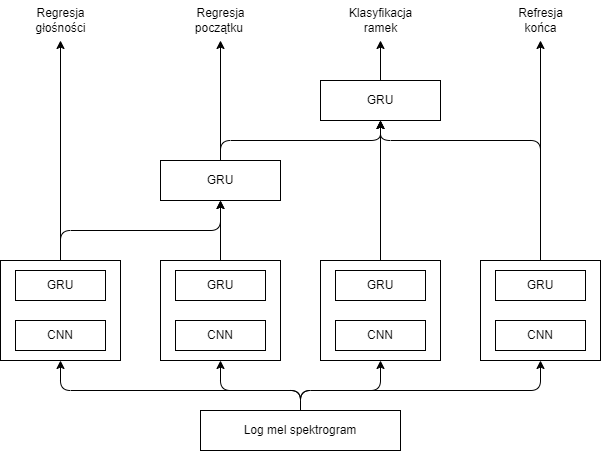
mj300405/TuneScript keeps this draw.io diagram as thesis/diagrams/ai_architecture.png. Above is the earlier version. Source tidied: cells renumbered, new cells last; positions are measured from the earlier drawing's top-left corner, leaving out a move shared by most shapes. Source of this version:
```xml
<mxGraphModel>
  <root>
    <mxCell id="0" />
    <mxCell id="1" parent="0" />
    <mxCell id="2" style="rounded=0;whiteSpace=wrap;html=1;" parent="1" vertex="1">
      <mxGeometry y="260" width="120" height="100" as="geometry" />
    </mxCell>
    <mxCell id="3" value="GRU" style="rounded=0;whiteSpace=wrap;html=1;" parent="1" vertex="1">
      <mxGeometry x="15" y="270" width="90" height="30" as="geometry" />
    </mxCell>
    <mxCell id="4" value="CNN" style="rounded=0;whiteSpace=wrap;html=1;" parent="1" vertex="1">
      <mxGeometry x="15" y="320" width="90" height="30" as="geometry" />
    </mxCell>
    <mxCell id="5" style="rounded=0;whiteSpace=wrap;html=1;" parent="1" vertex="1">
      <mxGeometry x="160" y="260" width="120" height="100" as="geometry" />
    </mxCell>
    <mxCell id="6" value="GRU" style="rounded=0;whiteSpace=wrap;html=1;" parent="1" vertex="1">
      <mxGeometry x="175" y="270" width="90" height="30" as="geometry" />
    </mxCell>
    <mxCell id="7" value="CNN" style="rounded=0;whiteSpace=wrap;html=1;" parent="1" vertex="1">
      <mxGeometry x="175" y="320" width="90" height="30" as="geometry" />
    </mxCell>
    <mxCell id="8" style="rounded=0;whiteSpace=wrap;html=1;" parent="1" vertex="1">
      <mxGeometry x="320" y="260" width="120" height="100" as="geometry" />
    </mxCell>
    <mxCell id="9" value="GRU" style="rounded=0;whiteSpace=wrap;html=1;" parent="1" vertex="1">
      <mxGeometry x="335" y="270" width="90" height="30" as="geometry" />
    </mxCell>
    <mxCell id="10" value="CNN" style="rounded=0;whiteSpace=wrap;html=1;" parent="1" vertex="1">
      <mxGeometry x="335" y="320" width="90" height="30" as="geometry" />
    </mxCell>
    <mxCell id="11" style="rounded=0;whiteSpace=wrap;html=1;" parent="1" vertex="1">
      <mxGeometry x="480" y="260" width="120" height="100" as="geometry" />
    </mxCell>
    <mxCell id="12" value="GRU" style="rounded=0;whiteSpace=wrap;html=1;" parent="1" vertex="1">
      <mxGeometry x="495" y="270" width="90" height="30" as="geometry" />
    </mxCell>
    <mxCell id="13" value="CNN" style="rounded=0;whiteSpace=wrap;html=1;" parent="1" vertex="1">
      <mxGeometry x="495" y="320" width="90" height="30" as="geometry" />
    </mxCell>
    <mxCell id="14" value="Log mel spektrogram" style="rounded=0;whiteSpace=wrap;html=1;" parent="1" vertex="1">
      <mxGeometry x="200" y="410" width="200" height="40" as="geometry" />
    </mxCell>
    <mxCell id="15" value="GRU" style="rounded=0;whiteSpace=wrap;html=1;" parent="1" vertex="1">
      <mxGeometry x="160" y="160" width="120" height="40" as="geometry" />
    </mxCell>
    <mxCell id="16" value="GRU" style="rounded=0;whiteSpace=wrap;html=1;" parent="1" vertex="1">
      <mxGeometry x="320" y="80" width="120" height="40" as="geometry" />
    </mxCell>
    <mxCell id="17" style="endArrow=classic;html=1;exitX=0.5;exitY=0;exitDx=0;exitDy=0;entryX=0.5;entryY=1;entryDx=0;entryDy=0;" parent="1" edge="1" source="14" target="2">
      <mxGeometry relative="1" as="geometry">
        <Array as="points">
          <mxPoint x="300" y="390" />
          <mxPoint x="60" y="390" />
        </Array>
      </mxGeometry>
    </mxCell>
    <mxCell id="18" style="endArrow=classic;html=1;exitX=0.5;exitY=0;exitDx=0;exitDy=0;entryX=0.5;entryY=1;entryDx=0;entryDy=0;" parent="1" edge="1" source="14" target="5">
      <mxGeometry relative="1" as="geometry">
        <Array as="points">
          <mxPoint x="300" y="390" />
          <mxPoint x="220" y="390" />
        </Array>
      </mxGeometry>
    </mxCell>
    <mxCell id="19" style="endArrow=classic;html=1;exitX=0.5;exitY=0;exitDx=0;exitDy=0;entryX=0.5;entryY=1;entryDx=0;entryDy=0;" parent="1" edge="1" source="14" target="8">
      <mxGeometry relative="1" as="geometry">
        <Array as="points">
          <mxPoint x="300" y="390" />
          <mxPoint x="380" y="390" />
        </Array>
      </mxGeometry>
    </mxCell>
    <mxCell id="20" style="endArrow=classic;html=1;exitX=0.5;exitY=0;exitDx=0;exitDy=0;entryX=0.5;entryY=1;entryDx=0;entryDy=0;" parent="1" edge="1" source="14" target="11">
      <mxGeometry relative="1" as="geometry">
        <Array as="points">
          <mxPoint x="300" y="390" />
          <mxPoint x="540" y="390" />
        </Array>
      </mxGeometry>
    </mxCell>
    <mxCell id="21" style="endArrow=classic;html=1;exitX=0.5;exitY=0;exitDx=0;exitDy=0;entryX=0.5;entryY=1;entryDx=0;entryDy=0;" parent="1" edge="1" source="2" target="15">
      <mxGeometry relative="1" as="geometry">
        <Array as="points">
          <mxPoint x="60" y="230" />
          <mxPoint x="220" y="230" />
        </Array>
      </mxGeometry>
    </mxCell>
    <mxCell id="22" style="endArrow=classic;html=1;exitX=0.5;exitY=0;exitDx=0;exitDy=0;entryX=0.5;entryY=1;entryDx=0;entryDy=0;" parent="1" edge="1" source="5" target="15">
      <mxGeometry relative="1" as="geometry" />
    </mxCell>
    <mxCell id="23" style="endArrow=classic;html=1;exitX=0.5;exitY=0;exitDx=0;exitDy=0;entryX=0.5;entryY=1;entryDx=0;entryDy=0;" parent="1" edge="1" source="15" target="16">
      <mxGeometry relative="1" as="geometry">
        <Array as="points">
          <mxPoint x="220" y="140" />
          <mxPoint x="380" y="140" />
        </Array>
      </mxGeometry>
    </mxCell>
    <mxCell id="24" style="endArrow=classic;html=1;exitX=0.5;exitY=0;exitDx=0;exitDy=0;entryX=0.5;entryY=1;entryDx=0;entryDy=0;" parent="1" edge="1" source="8" target="16">
      <mxGeometry relative="1" as="geometry" />
    </mxCell>
    <mxCell id="25" style="endArrow=classic;html=1;exitX=0.5;exitY=0;exitDx=0;exitDy=0;" parent="1" edge="1" source="11">
      <mxGeometry relative="1" as="geometry">
        <mxPoint x="540" y="40" as="targetPoint" />
      </mxGeometry>
    </mxCell>
    <mxCell id="26" style="endArrow=classic;html=1;exitX=0.5;exitY=0;exitDx=0;exitDy=0;entryX=0.5;entryY=1;entryDx=0;entryDy=0;" parent="1" edge="1" source="11" target="16">
      <mxGeometry relative="1" as="geometry">
        <Array as="points">
          <mxPoint x="540" y="140" />
          <mxPoint x="380" y="140" />
        </Array>
      </mxGeometry>
    </mxCell>
    <mxCell id="27" style="endArrow=classic;html=1;exitX=0.5;exitY=0;exitDx=0;exitDy=0;" parent="1" edge="1" source="16">
      <mxGeometry relative="1" as="geometry">
        <mxPoint x="380" y="40" as="targetPoint" />
      </mxGeometry>
    </mxCell>
    <mxCell id="28" style="endArrow=classic;html=1;exitX=0.5;exitY=0;exitDx=0;exitDy=0;" parent="1" edge="1" source="15">
      <mxGeometry relative="1" as="geometry">
        <mxPoint x="220" y="40" as="targetPoint" />
      </mxGeometry>
    </mxCell>
    <mxCell id="29" style="endArrow=classic;html=1;exitX=0.5;exitY=0;exitDx=0;exitDy=0;" parent="1" edge="1" source="2">
      <mxGeometry relative="1" as="geometry">
        <mxPoint x="60" y="40" as="targetPoint" />
      </mxGeometry>
    </mxCell>
    <mxCell id="30" value="Regresja&lt;br&gt;głośności" style="text;html=1;align=center;verticalAlign=middle;strokeColor=none;fillColor=none;" parent="1" vertex="1">
      <mxGeometry x="25" width="70" height="40" as="geometry" />
    </mxCell>
    <mxCell id="31" value="Regresja &lt;br&gt;początku&amp;nbsp;" style="text;html=1;align=center;verticalAlign=middle;strokeColor=none;fillColor=none;" parent="1" vertex="1">
      <mxGeometry x="185" width="70" height="40" as="geometry" />
    </mxCell>
    <mxCell id="32" value="Klasyfikacja&lt;br&gt;ramek" style="text;html=1;align=center;verticalAlign=middle;strokeColor=none;fillColor=none;" parent="1" vertex="1">
      <mxGeometry x="335" width="90" height="40" as="geometry" />
    </mxCell>
    <mxCell id="33" value="Refresja&lt;br&gt;końca" style="text;html=1;align=center;verticalAlign=middle;strokeColor=none;fillColor=none;" parent="1" vertex="1">
      <mxGeometry x="505" width="70" height="40" as="geometry" />
    </mxCell>
  </root>
</mxGraphModel>
```
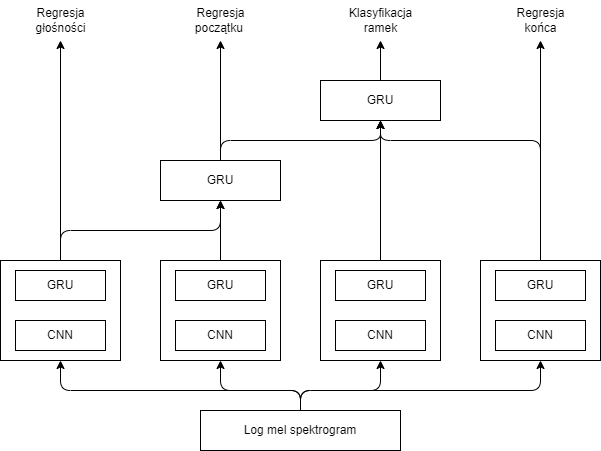
Later version of the same file.

Change to the diagram source:
```diff
@@ -138,7 +138,7 @@
     <mxCell id="32" value="Klasyfikacja&lt;br&gt;ramek" style="text;html=1;align=center;verticalAlign=middle;strokeColor=none;fillColor=none;" parent="1" vertex="1">
       <mxGeometry x="335" width="90" height="40" as="geometry" />
     </mxCell>
-    <mxCell id="33" value="Refresja&lt;br&gt;końca" style="text;html=1;align=center;verticalAlign=middle;strokeColor=none;fillColor=none;" parent="1" vertex="1">
+    <mxCell id="33" value="Regresja&lt;br&gt;końca" style="text;html=1;align=center;verticalAlign=middle;strokeColor=none;fillColor=none;" parent="1" vertex="1">
       <mxGeometry x="505" width="70" height="40" as="geometry" />
     </mxCell>
   </root>
```
